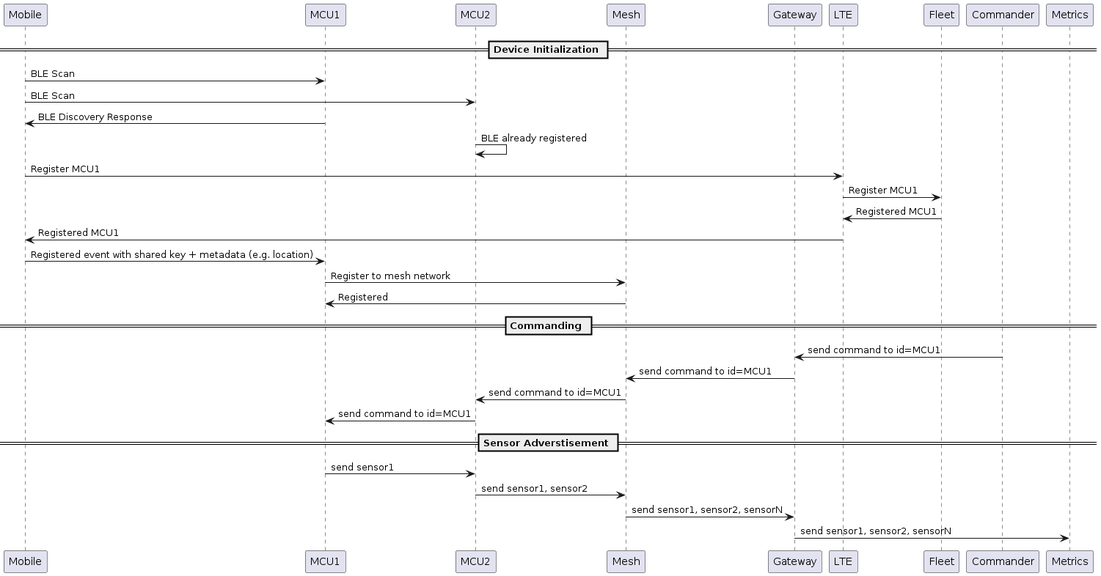
Above: docs/data-flow.png in ModernSimpleLife/fortress-agent (PlantUML), before the change. Its diagram source:
```plantuml
@startuml

participant Mobile
participant MCU1
participant MCU2
participant Mesh
participant Gateway
participant LTE
participant Fleet
participant Commander

== Device Initialization ==

Mobile -> MCU1: BLE Scan
Mobile -> MCU2: BLE Scan

MCU1 -> Mobile: BLE Discovery Response
MCU2 -> MCU2: BLE already registered

Mobile -> LTE: Register MCU1
LTE -> Fleet: Register MCU1

Fleet -> LTE: Registered MCU1
LTE -> Mobile: Registered MCU1

Mobile -> MCU1: Registered event with shared key + metadata (e.g. location)

MCU1 -> Mesh: Register to mesh network
Mesh -> MCU1: Registered


== Commanding ==

Commander -> Gateway: send command to id=MCU1
Gateway -> Mesh: send command to id=MCU1
Mesh -> MCU2: send command to id=MCU1
MCU2 -> MCU1: send command to id=MCU1

== Sensor Adverstisement ==

MCU1 -> MCU2: send sensor1
MCU2 -> Mesh: send sensor1, sensor2
Mesh -> Gateway: send sensor1, sensor2, sensorN
Gateway -> Metrics: send sensor1, sensor2, sensorN

@enduml
```
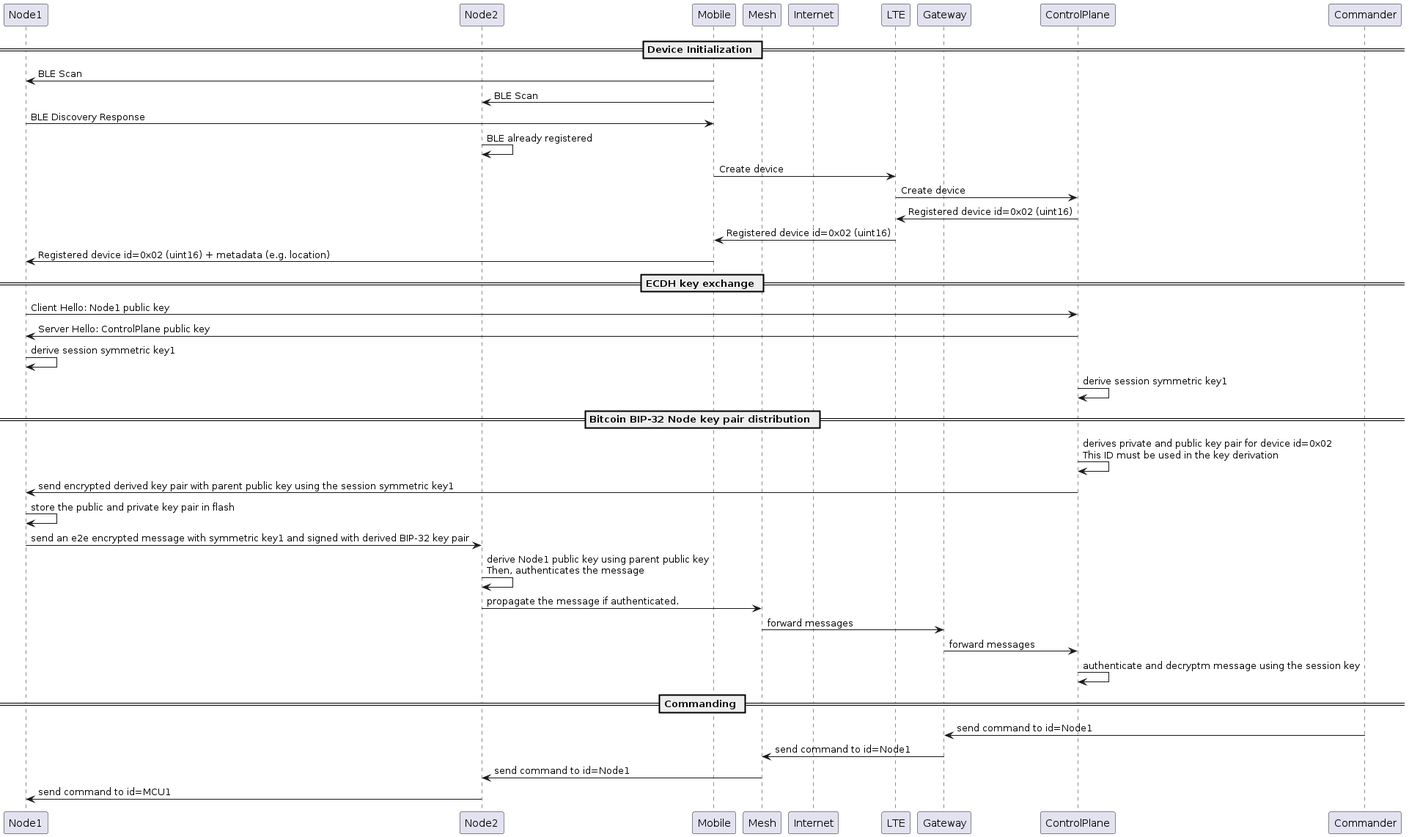
The same diagram one commit later.

Commit message:
Add distributed message signing algorithm

The edit, as a diff of the source:
```diff
@@ -1,46 +1,50 @@
 @startuml
 
+participant Node1
+participant Node2
 participant Mobile
-participant MCU1
-participant MCU2
 participant Mesh
+participant Internet
+participant LTE
 participant Gateway
-participant LTE
-participant Fleet
-participant Commander
+participant ControlPlane
 
 == Device Initialization ==
 
-Mobile -> MCU1: BLE Scan
-Mobile -> MCU2: BLE Scan
+Mobile -> Node1: BLE Scan
+Mobile -> Node2: BLE Scan
 
-MCU1 -> Mobile: BLE Discovery Response
-MCU2 -> MCU2: BLE already registered
+Node1 -> Mobile: BLE Discovery Response
+Node2 -> Node2: BLE already registered
 
-Mobile -> LTE: Register MCU1
-LTE -> Fleet: Register MCU1
+Mobile -> LTE: Create device
+LTE -> ControlPlane: Create device
 
-Fleet -> LTE: Registered MCU1
-LTE -> Mobile: Registered MCU1
+ControlPlane -> LTE: Registered device id=0x02 (uint16)
+LTE -> Mobile: Registered device id=0x02 (uint16)
+Mobile -> Node1: Registered device id=0x02 (uint16) + metadata (e.g. location)
 
-Mobile -> MCU1: Registered event with shared key + metadata (e.g. location)
+== ECDH key exchange ==
+Node1 -> ControlPlane: Client Hello: Node1 public key
+ControlPlane -> Node1: Server Hello: ControlPlane public key
+Node1 -> Node1: derive session symmetric key1
+ControlPlane -> ControlPlane: derive session symmetric key1
 
-MCU1 -> Mesh: Register to mesh network
-Mesh -> MCU1: Registered
-
+== Bitcoin BIP-32 Node key pair distribution ==
+ControlPlane -> ControlPlane: derives private and public key pair for device id=0x02\nThis ID must be used in the key derivation
+ControlPlane -> Node1: send encrypted derived key pair with parent public key using the session symmetric key1
+Node1 -> Node1: store the public and private key pair in flash
+Node1 -> Node2: send an e2e encrypted message with symmetric key1 and signed with derived BIP-32 key pair
+Node2 -> Node2: derive Node1 public key using parent public key\nThen, authenticates the message
+Node2 -> Mesh: propagate the message if authenticated.
+Mesh -> Gateway: forward messages
+Gateway -> ControlPlane: forward messages
+ControlPlane -> ControlPlane: authenticate and decryptm message using the session key
 
 == Commanding ==
 
-Commander -> Gateway: send command to id=MCU1
-Gateway -> Mesh: send command to id=MCU1
-Mesh -> MCU2: send command to id=MCU1
-MCU2 -> MCU1: send command to id=MCU1
-
-== Sensor Adverstisement ==
-
-MCU1 -> MCU2: send sensor1
-MCU2 -> Mesh: send sensor1, sensor2
-Mesh -> Gateway: send sensor1, sensor2, sensorN
-Gateway -> Metrics: send sensor1, sensor2, sensorN
-
+Commander -> Gateway: send command to id=Node1
+Gateway -> Mesh: send command to id=Node1
+Mesh -> Node2: send command to id=Node1
+Node2 -> Node1: send command to id=MCU1
 @enduml
```
